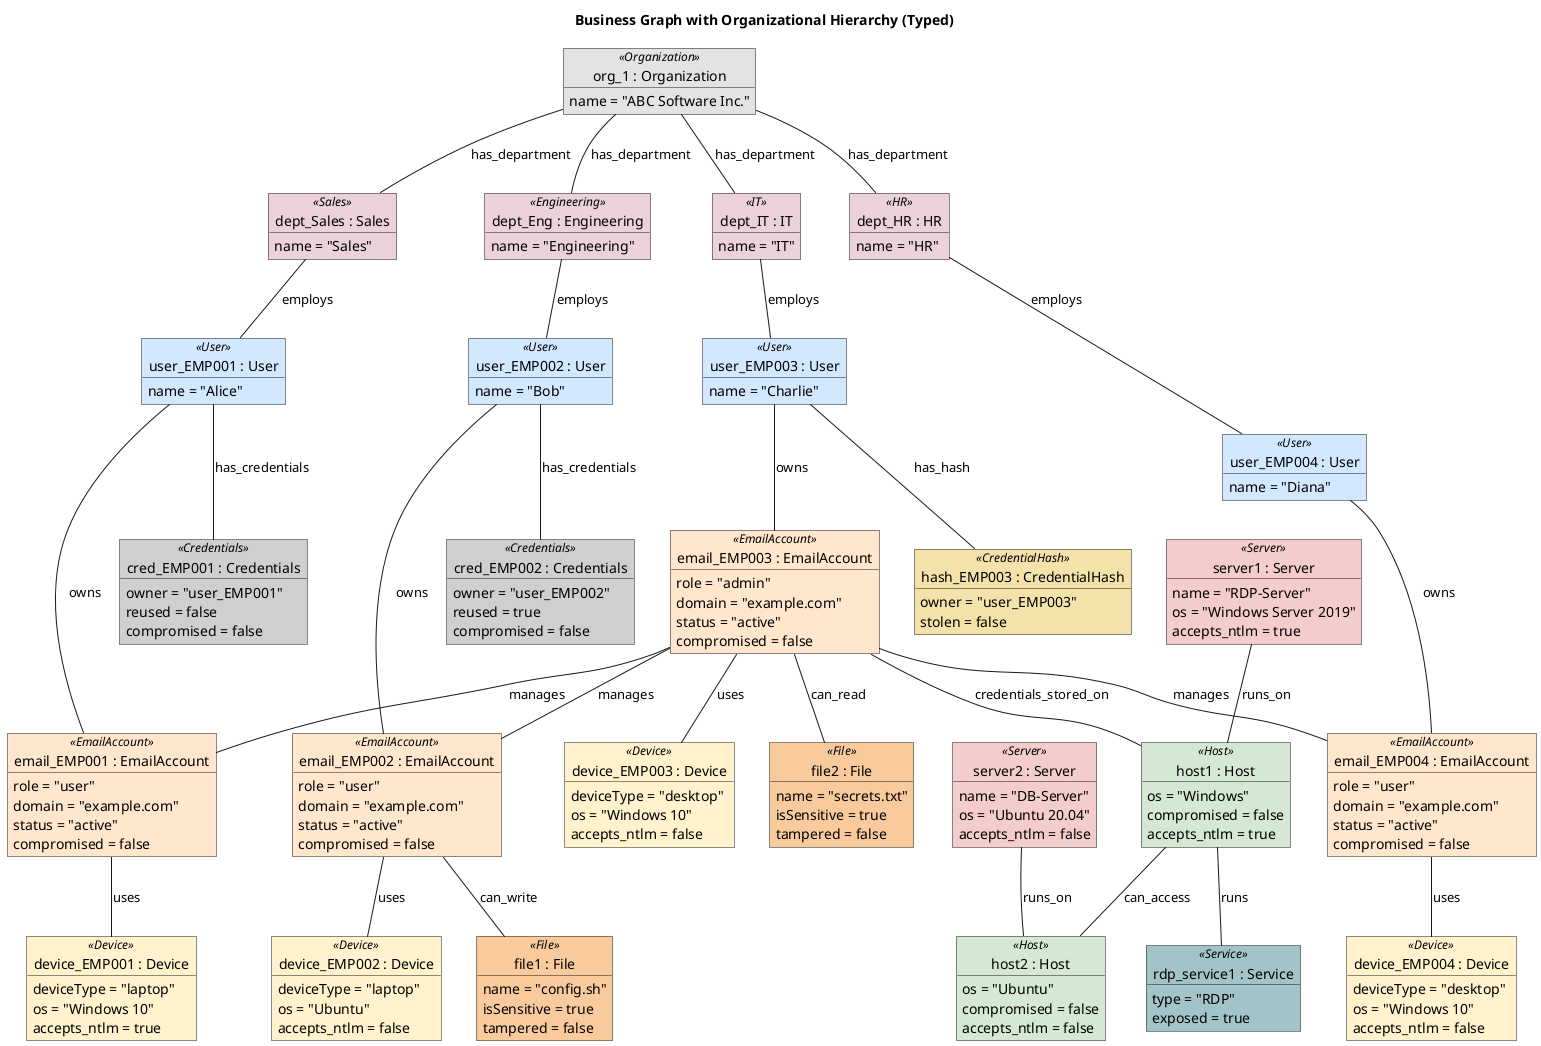
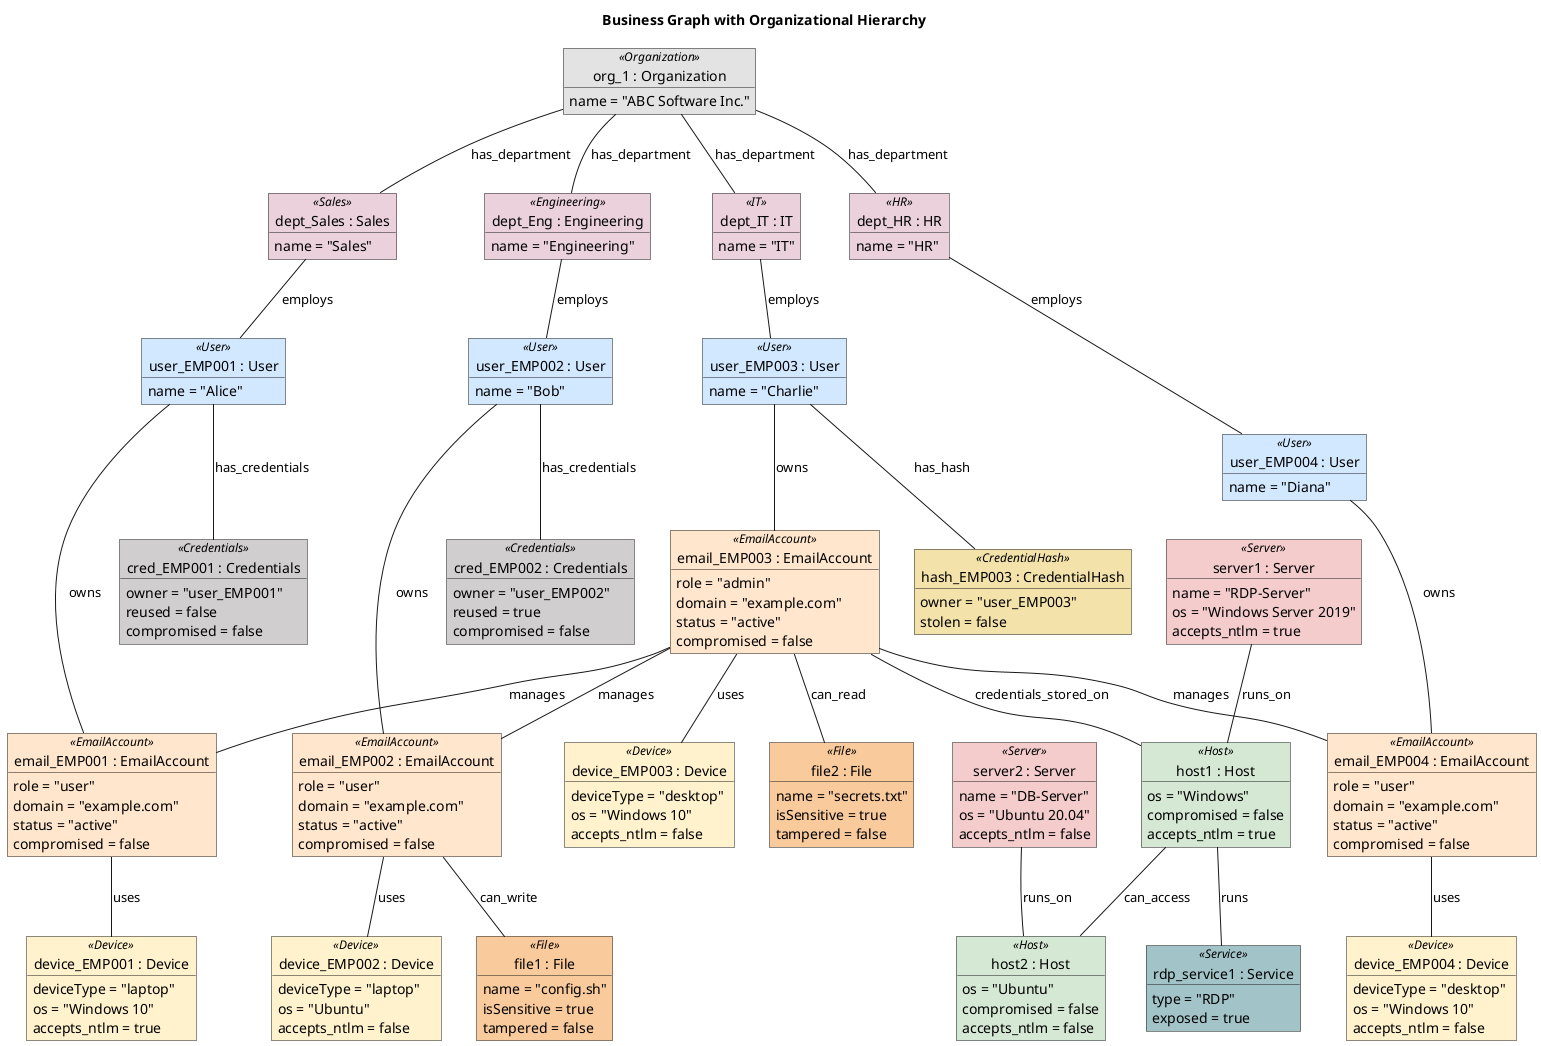
@startuml BUSINESS_GRAPH_TYPED
- title "Business Graph with Organizational Hierarchy (Typed)"
+ title "Business Graph with Organizational Hierarchy"

skinparam object {
  BackgroundColor<<Organization>> #E3E3E3
  BackgroundColor<<Sales>> #EAD1DC
  BackgroundColor<<Engineering>> #EAD1DC
  BackgroundColor<<IT>> #EAD1DC
  BackgroundColor<<HR>> #EAD1DC
  BackgroundColor<<User>> #D1E8FF
  BackgroundColor<<Device>> #FFF2CC
  BackgroundColor<<Server>> #F4CCCC
  BackgroundColor<<Host>> #D5E8D4
  BackgroundColor<<EmailAccount>> #FFE6CC
  BackgroundColor<<Credentials>> #D0CECE
  BackgroundColor<<CredentialHash>> #F3E2A9
  BackgroundColor<<File>> #F9CB9C
  BackgroundColor<<Service>> #A2C4C9
}


object "org_1 : Organization" as org_1 <<Organization>>  {
  name = "ABC Software Inc."
}


object "dept_Sales : Sales" as dept_Sales <<Sales>>  {
  name = "Sales"
}
object "dept_Eng : Engineering" as dept_Eng <<Engineering>>  {
  name = "Engineering"
}
object "dept_IT : IT" as dept_IT <<IT>>  {
  name = "IT"
}
object "dept_HR : HR" as dept_HR <<HR>>  {
  name = "HR"
}
object "user_EMP001 : User" as user_EMP001 <<User>>  {
  name = "Alice"
}
object "user_EMP002 : User" as user_EMP002 <<User>>  {
  name = "Bob"
}
object "user_EMP003 : User" as user_EMP003 <<User>>  {
  name = "Charlie"
}
object "user_EMP004 : User" as user_EMP004 <<User>>  {
  name = "Diana"
}

object "device_EMP001 : Device" as device_EMP001 <<Device>>  {
  deviceType = "laptop"
  os = "Windows 10"
  accepts_ntlm = true
}
object "device_EMP002 : Device" as device_EMP002 <<Device>>  {
  deviceType = "laptop"
  os = "Ubuntu"
  accepts_ntlm = false
}
object "device_EMP003 : Device" as device_EMP003 <<Device>>  {
  deviceType = "desktop"
  os = "Windows 10"
  accepts_ntlm = false
}
object "device_EMP004 : Device" as device_EMP004 <<Device>>  {
  deviceType = "desktop"
  os = "Windows 10"
  accepts_ntlm = false
}


object "email_EMP001 : EmailAccount" as email_EMP001 <<EmailAccount>>  {
  role = "user"
  domain = "example.com"
  status = "active"
  compromised = false
}
object "email_EMP002 : EmailAccount" as email_EMP002 <<EmailAccount>>  {
  role = "user"
  domain = "example.com"
  status = "active"
  compromised = false
}
object "email_EMP003 : EmailAccount" as email_EMP003 <<EmailAccount>>  {
  role = "admin"
  domain = "example.com"
  status = "active"
  compromised = false
}
object "email_EMP004 : EmailAccount" as email_EMP004 <<EmailAccount>>  {
  role = "user"
  domain = "example.com"
  status = "active"
  compromised = false
}

object "server1 : Server" as server1 <<Server>>  {
  name = "RDP-Server"
  os = "Windows Server 2019"
  accepts_ntlm = true
}
object "server2 : Server" as server2 <<Server>>  {
  name = "DB-Server"
  os = "Ubuntu 20.04"
  accepts_ntlm = false
}


object "host1 : Host" as host1 <<Host>>  {
  os = "Windows"
  compromised = false
  accepts_ntlm = true
}
object "host2 : Host" as host2 <<Host>>  {
  os = "Ubuntu"
  compromised = false
  accepts_ntlm = false
}


object "rdp_service1 : Service" as rdp_service1 <<Service>>  {
  type = "RDP"
  exposed = true
}
object "file1 : File" as file1 <<File>>  {
  name = "config.sh"
  isSensitive = true
  tampered = false
}
object "file2 : File" as file2 <<File>>  {
  name = "secrets.txt"
  isSensitive = true
  tampered = false
}


object "cred_EMP001 : Credentials" as cred_EMP001 <<Credentials>>  {
  owner = "user_EMP001"
  reused = false
  compromised = false
}
object "cred_EMP002 : Credentials" as cred_EMP002 <<Credentials>>  {
  owner = "user_EMP002"
  reused = true
  compromised = false
}


object "hash_EMP003 : CredentialHash" as hash_EMP003 <<CredentialHash>>  {
  owner = "user_EMP003"
  stolen = false
}

org_1 -- dept_Sales : has_department
org_1 -- dept_Eng : has_department
org_1 -- dept_IT : has_department
org_1 -- dept_HR : has_department

dept_Sales -- user_EMP001 : employs
dept_Eng -- user_EMP002 : employs
dept_IT -- user_EMP003 : employs
dept_HR -- user_EMP004 : employs

email_EMP001 -- device_EMP001 : uses
email_EMP002 -- device_EMP002 : uses
email_EMP003 -- device_EMP003 : uses
email_EMP004 -- device_EMP004 : uses

email_EMP003 -- email_EMP001 : manages
email_EMP003 -- email_EMP002 : manages
email_EMP003 -- email_EMP004 : manages

user_EMP001 -- email_EMP001 : owns
user_EMP002 -- email_EMP002 : owns
user_EMP003 -- email_EMP003 : owns
user_EMP004 -- email_EMP004 : owns

server1 -- host1 : runs_on
server2 -- host2 : runs_on

host1 -- rdp_service1 : runs

email_EMP002 -- file1 : can_write
email_EMP003 -- file2 : can_read

user_EMP001 -- cred_EMP001 : has_credentials
user_EMP002 -- cred_EMP002 : has_credentials
user_EMP003 -- hash_EMP003 : has_hash

host1 -- host2 : can_access
email_EMP003 -- host1 : credentials_stored_on

@enduml